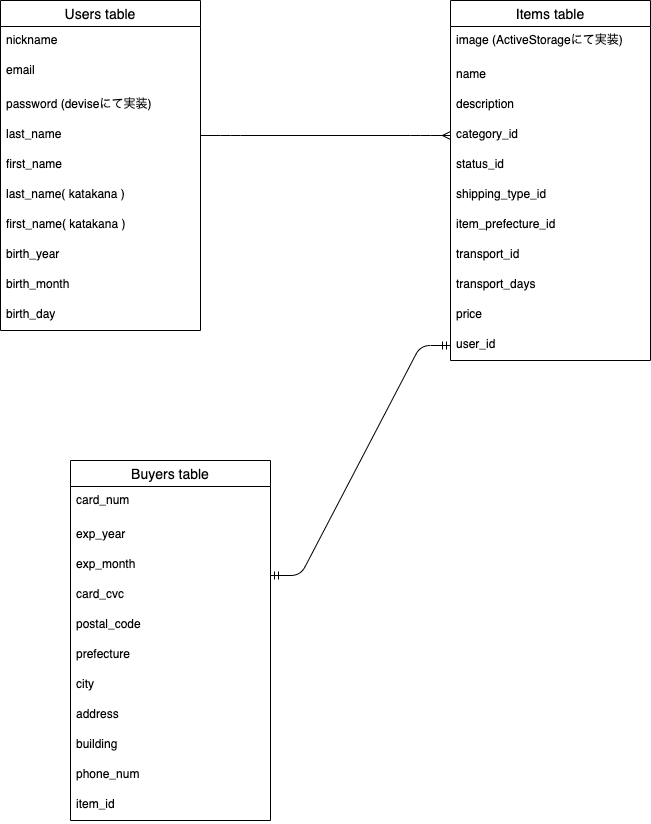
Danke1732/furima-31709 keeps this draw.io diagram as furima_er.drawio.png. Above is the earlier version. Source tidied: cells renumbered, new cells last; positions are measured from the earlier drawing's top-left corner, leaving out a move shared by most shapes. The source it was exported from:
```xml
<mxGraphModel>
  <root>
    <mxCell id="0" />
    <mxCell id="1" parent="0" />
    <mxCell id="2" value="Users table" style="swimlane;fontStyle=0;horizontal=1;startSize=26;align=center;fontSize=14;" parent="1" vertex="1">
      <mxGeometry width="200" height="330" as="geometry" />
    </mxCell>
    <mxCell id="3" value="nickname" style="text;strokeColor=none;fillColor=none;spacingLeft=4;spacingRight=4;overflow=hidden;fontSize=12;" parent="2" vertex="1">
      <mxGeometry y="26" width="200" height="30" as="geometry" />
    </mxCell>
    <mxCell id="4" value="email" style="text;strokeColor=none;fillColor=none;spacingLeft=4;spacingRight=4;overflow=hidden;fontSize=12;" parent="2" vertex="1">
      <mxGeometry y="56" width="200" height="34" as="geometry" />
    </mxCell>
    <mxCell id="5" value="password (deviseにて実装)" style="text;strokeColor=none;fillColor=none;spacingLeft=4;spacingRight=4;overflow=hidden;fontSize=12;" parent="2" vertex="1">
      <mxGeometry y="90" width="200" height="30" as="geometry" />
    </mxCell>
    <mxCell id="6" value="last_name" style="text;strokeColor=none;fillColor=none;spacingLeft=4;spacingRight=4;overflow=hidden;points=[[0,0.5],[1,0.5]];portConstraint=eastwest;fontSize=12;" parent="2" vertex="1">
      <mxGeometry y="120" width="200" height="30" as="geometry" />
    </mxCell>
    <mxCell id="7" value="first_name" style="text;strokeColor=none;fillColor=none;spacingLeft=4;spacingRight=4;overflow=hidden;fontSize=12;" parent="2" vertex="1">
      <mxGeometry y="150" width="200" height="30" as="geometry" />
    </mxCell>
    <mxCell id="8" value="last_name( katakana )" style="text;strokeColor=none;fillColor=none;spacingLeft=4;spacingRight=4;overflow=hidden;fontSize=12;" parent="2" vertex="1">
      <mxGeometry y="180" width="200" height="30" as="geometry" />
    </mxCell>
    <mxCell id="9" value="first_name( katakana )" style="text;strokeColor=none;fillColor=none;spacingLeft=4;spacingRight=4;overflow=hidden;fontSize=12;" parent="2" vertex="1">
      <mxGeometry y="210" width="200" height="30" as="geometry" />
    </mxCell>
    <mxCell id="10" value="birth_year" style="text;strokeColor=none;fillColor=none;spacingLeft=4;spacingRight=4;overflow=hidden;fontSize=12;" parent="2" vertex="1">
      <mxGeometry y="240" width="200" height="30" as="geometry" />
    </mxCell>
    <mxCell id="11" value="birth_month" style="text;strokeColor=none;fillColor=none;spacingLeft=4;spacingRight=4;overflow=hidden;fontSize=12;" parent="2" vertex="1">
      <mxGeometry y="270" width="200" height="30" as="geometry" />
    </mxCell>
    <mxCell id="12" value="birth_day" style="text;strokeColor=none;fillColor=none;spacingLeft=4;spacingRight=4;overflow=hidden;fontSize=12;" parent="2" vertex="1">
      <mxGeometry y="300" width="200" height="30" as="geometry" />
    </mxCell>
    <mxCell id="13" value="Items table" style="swimlane;fontStyle=0;horizontal=1;startSize=26;align=center;fontSize=14;" parent="1" vertex="1">
      <mxGeometry x="450" width="200" height="360" as="geometry" />
    </mxCell>
    <mxCell id="14" value="image (ActiveStorageにて実装)" style="text;strokeColor=none;fillColor=none;spacingLeft=4;spacingRight=4;overflow=hidden;fontSize=12;" parent="13" vertex="1">
      <mxGeometry y="26" width="200" height="34" as="geometry" />
    </mxCell>
    <mxCell id="15" value="name" style="text;strokeColor=none;fillColor=none;spacingLeft=4;spacingRight=4;overflow=hidden;fontSize=12;" parent="13" vertex="1">
      <mxGeometry y="60" width="200" height="30" as="geometry" />
    </mxCell>
    <mxCell id="16" value="description" style="text;strokeColor=none;fillColor=none;spacingLeft=4;spacingRight=4;overflow=hidden;fontSize=12;" parent="13" vertex="1">
      <mxGeometry y="90" width="200" height="30" as="geometry" />
    </mxCell>
    <mxCell id="17" value="category_id" style="text;strokeColor=none;fillColor=none;spacingLeft=4;spacingRight=4;overflow=hidden;fontSize=12;" parent="13" vertex="1">
      <mxGeometry y="120" width="200" height="30" as="geometry" />
    </mxCell>
    <mxCell id="18" value="status_id" style="text;strokeColor=none;fillColor=none;spacingLeft=4;spacingRight=4;overflow=hidden;fontSize=12;" parent="13" vertex="1">
      <mxGeometry y="150" width="200" height="30" as="geometry" />
    </mxCell>
    <mxCell id="19" value="shipping_type_id" style="text;strokeColor=none;fillColor=none;spacingLeft=4;spacingRight=4;overflow=hidden;fontSize=12;" parent="13" vertex="1">
      <mxGeometry y="180" width="200" height="30" as="geometry" />
    </mxCell>
    <mxCell id="20" value="item_prefecture_id" style="text;strokeColor=none;fillColor=none;spacingLeft=4;spacingRight=4;overflow=hidden;fontSize=12;" parent="13" vertex="1">
      <mxGeometry y="210" width="200" height="30" as="geometry" />
    </mxCell>
    <mxCell id="21" value="transport_id" style="text;strokeColor=none;fillColor=none;spacingLeft=4;spacingRight=4;overflow=hidden;fontSize=12;" parent="13" vertex="1">
      <mxGeometry y="240" width="200" height="30" as="geometry" />
    </mxCell>
    <mxCell id="22" value="transport_days" style="text;strokeColor=none;fillColor=none;spacingLeft=4;spacingRight=4;overflow=hidden;fontSize=12;" parent="13" vertex="1">
      <mxGeometry y="270" width="200" height="30" as="geometry" />
    </mxCell>
    <mxCell id="23" value="price" style="text;strokeColor=none;fillColor=none;spacingLeft=4;spacingRight=4;overflow=hidden;fontSize=12;" parent="13" vertex="1">
      <mxGeometry y="300" width="200" height="30" as="geometry" />
    </mxCell>
    <mxCell id="24" value="user_id" style="text;strokeColor=none;fillColor=none;spacingLeft=4;spacingRight=4;overflow=hidden;points=[[0,0.5],[1,0.5]];portConstraint=eastwest;fontSize=12;" parent="13" vertex="1">
      <mxGeometry y="330" width="200" height="30" as="geometry" />
    </mxCell>
    <mxCell id="25" style="edgeStyle=entityRelationEdgeStyle;fontSize=12;html=1;endArrow=ERmany;exitX=1;exitY=0.5;exitDx=0;exitDy=0;" parent="1" edge="1" source="6">
      <mxGeometry relative="1" as="geometry">
        <mxPoint x="450" y="135" as="targetPoint" />
      </mxGeometry>
    </mxCell>
    <mxCell id="26" value="Buyers table" style="swimlane;fontStyle=0;horizontal=1;startSize=26;align=center;fontSize=14;" parent="1" vertex="1">
      <mxGeometry x="70" y="460" width="200" height="360" as="geometry" />
    </mxCell>
    <mxCell id="27" value="card_num" style="text;strokeColor=none;fillColor=none;spacingLeft=4;spacingRight=4;overflow=hidden;fontSize=12;" parent="26" vertex="1">
      <mxGeometry y="26" width="200" height="34" as="geometry" />
    </mxCell>
    <mxCell id="28" value="exp_year" style="text;strokeColor=none;fillColor=none;spacingLeft=4;spacingRight=4;overflow=hidden;fontSize=12;" parent="26" vertex="1">
      <mxGeometry y="60" width="200" height="30" as="geometry" />
    </mxCell>
    <mxCell id="29" value="exp_month" style="text;strokeColor=none;fillColor=none;spacingLeft=4;spacingRight=4;overflow=hidden;fontSize=12;" parent="26" vertex="1">
      <mxGeometry y="90" width="200" height="30" as="geometry" />
    </mxCell>
    <mxCell id="30" value="card_cvc" style="text;strokeColor=none;fillColor=none;spacingLeft=4;spacingRight=4;overflow=hidden;fontSize=12;" parent="26" vertex="1">
      <mxGeometry y="120" width="200" height="30" as="geometry" />
    </mxCell>
    <mxCell id="31" value="postal_code" style="text;strokeColor=none;fillColor=none;spacingLeft=4;spacingRight=4;overflow=hidden;fontSize=12;" parent="26" vertex="1">
      <mxGeometry y="150" width="200" height="30" as="geometry" />
    </mxCell>
    <mxCell id="32" value="prefecture" style="text;strokeColor=none;fillColor=none;spacingLeft=4;spacingRight=4;overflow=hidden;points=[[0,0.5],[1,0.5]];portConstraint=eastwest;fontSize=12;" parent="26" vertex="1">
      <mxGeometry y="180" width="200" height="30" as="geometry" />
    </mxCell>
    <mxCell id="33" value="city" style="text;strokeColor=none;fillColor=none;spacingLeft=4;spacingRight=4;overflow=hidden;fontSize=12;" parent="26" vertex="1">
      <mxGeometry y="210" width="200" height="30" as="geometry" />
    </mxCell>
    <mxCell id="34" value="address" style="text;strokeColor=none;fillColor=none;spacingLeft=4;spacingRight=4;overflow=hidden;fontSize=12;" parent="26" vertex="1">
      <mxGeometry y="240" width="200" height="30" as="geometry" />
    </mxCell>
    <mxCell id="35" value="building" style="text;strokeColor=none;fillColor=none;spacingLeft=4;spacingRight=4;overflow=hidden;fontSize=12;" parent="26" vertex="1">
      <mxGeometry y="270" width="200" height="30" as="geometry" />
    </mxCell>
    <mxCell id="36" value="phone_num" style="text;strokeColor=none;fillColor=none;spacingLeft=4;spacingRight=4;overflow=hidden;fontSize=12;" parent="26" vertex="1">
      <mxGeometry y="300" width="200" height="30" as="geometry" />
    </mxCell>
    <mxCell id="37" value="item_id" style="text;strokeColor=none;fillColor=none;spacingLeft=4;spacingRight=4;overflow=hidden;fontSize=12;" parent="26" vertex="1">
      <mxGeometry y="330" width="200" height="30" as="geometry" />
    </mxCell>
    <mxCell id="38" style="edgeStyle=entityRelationEdgeStyle;fontSize=12;html=1;endArrow=ERmandOne;startArrow=ERmandOne;entryX=0;entryY=0.5;entryDx=0;entryDy=0;" parent="1" edge="1" target="24">
      <mxGeometry relative="1" as="geometry">
        <mxPoint x="270" y="575" as="sourcePoint" />
      </mxGeometry>
    </mxCell>
  </root>
</mxGraphModel>
```
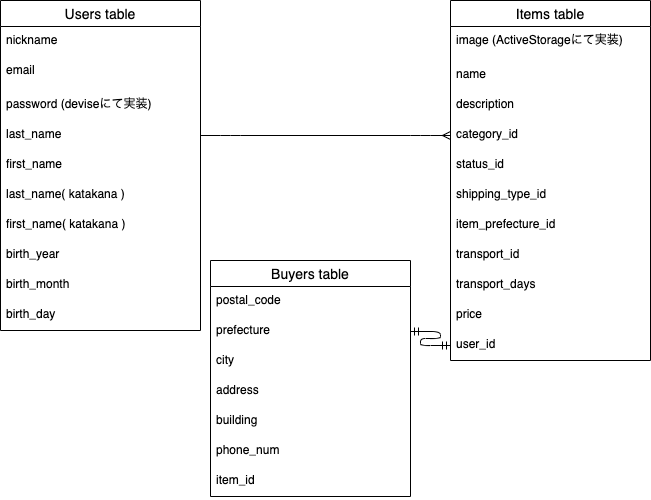
The same file after the commit.

Commit message:
クレジットカード情報の削除

Change to the diagram source:
```diff
@@ -76,46 +76,32 @@
         <mxPoint x="450" y="135" as="targetPoint" />
       </mxGeometry>
     </mxCell>
+    <mxCell id="38" style="edgeStyle=entityRelationEdgeStyle;fontSize=12;html=1;endArrow=ERmandOne;startArrow=ERmandOne;entryX=0;entryY=0.5;entryDx=0;entryDy=0;exitX=1;exitY=0.5;exitDx=0;exitDy=0;" parent="1" edge="1" source="32" target="24">
+      <mxGeometry relative="1" as="geometry" />
+    </mxCell>
     <mxCell id="26" value="Buyers table" style="swimlane;fontStyle=0;horizontal=1;startSize=26;align=center;fontSize=14;" parent="1" vertex="1">
-      <mxGeometry x="70" y="460" width="200" height="360" as="geometry" />
+      <mxGeometry x="210" y="260" width="200" height="236" as="geometry" />
     </mxCell>
-    <mxCell id="27" value="card_num" style="text;strokeColor=none;fillColor=none;spacingLeft=4;spacingRight=4;overflow=hidden;fontSize=12;" parent="26" vertex="1">
-      <mxGeometry y="26" width="200" height="34" as="geometry" />
-    </mxCell>
-    <mxCell id="28" value="exp_year" style="text;strokeColor=none;fillColor=none;spacingLeft=4;spacingRight=4;overflow=hidden;fontSize=12;" parent="26" vertex="1">
-      <mxGeometry y="60" width="200" height="30" as="geometry" />
-    </mxCell>
-    <mxCell id="29" value="exp_month" style="text;strokeColor=none;fillColor=none;spacingLeft=4;spacingRight=4;overflow=hidden;fontSize=12;" parent="26" vertex="1">
-      <mxGeometry y="90" width="200" height="30" as="geometry" />
-    </mxCell>
-    <mxCell id="30" value="card_cvc" style="text;strokeColor=none;fillColor=none;spacingLeft=4;spacingRight=4;overflow=hidden;fontSize=12;" parent="26" vertex="1">
-      <mxGeometry y="120" width="200" height="30" as="geometry" />
-    </mxCell>
     <mxCell id="31" value="postal_code" style="text;strokeColor=none;fillColor=none;spacingLeft=4;spacingRight=4;overflow=hidden;fontSize=12;" parent="26" vertex="1">
-      <mxGeometry y="150" width="200" height="30" as="geometry" />
+      <mxGeometry y="26" width="200" height="30" as="geometry" />
     </mxCell>
     <mxCell id="32" value="prefecture" style="text;strokeColor=none;fillColor=none;spacingLeft=4;spacingRight=4;overflow=hidden;points=[[0,0.5],[1,0.5]];portConstraint=eastwest;fontSize=12;" parent="26" vertex="1">
-      <mxGeometry y="180" width="200" height="30" as="geometry" />
+      <mxGeometry y="56" width="200" height="30" as="geometry" />
     </mxCell>
     <mxCell id="33" value="city" style="text;strokeColor=none;fillColor=none;spacingLeft=4;spacingRight=4;overflow=hidden;fontSize=12;" parent="26" vertex="1">
-      <mxGeometry y="210" width="200" height="30" as="geometry" />
+      <mxGeometry y="86" width="200" height="30" as="geometry" />
     </mxCell>
     <mxCell id="34" value="address" style="text;strokeColor=none;fillColor=none;spacingLeft=4;spacingRight=4;overflow=hidden;fontSize=12;" parent="26" vertex="1">
-      <mxGeometry y="240" width="200" height="30" as="geometry" />
+      <mxGeometry y="116" width="200" height="30" as="geometry" />
     </mxCell>
     <mxCell id="35" value="building" style="text;strokeColor=none;fillColor=none;spacingLeft=4;spacingRight=4;overflow=hidden;fontSize=12;" parent="26" vertex="1">
-      <mxGeometry y="270" width="200" height="30" as="geometry" />
+      <mxGeometry y="146" width="200" height="30" as="geometry" />
     </mxCell>
     <mxCell id="36" value="phone_num" style="text;strokeColor=none;fillColor=none;spacingLeft=4;spacingRight=4;overflow=hidden;fontSize=12;" parent="26" vertex="1">
-      <mxGeometry y="300" width="200" height="30" as="geometry" />
+      <mxGeometry y="176" width="200" height="30" as="geometry" />
     </mxCell>
     <mxCell id="37" value="item_id" style="text;strokeColor=none;fillColor=none;spacingLeft=4;spacingRight=4;overflow=hidden;fontSize=12;" parent="26" vertex="1">
-      <mxGeometry y="330" width="200" height="30" as="geometry" />
+      <mxGeometry y="206" width="200" height="30" as="geometry" />
     </mxCell>
-    <mxCell id="38" style="edgeStyle=entityRelationEdgeStyle;fontSize=12;html=1;endArrow=ERmandOne;startArrow=ERmandOne;entryX=0;entryY=0.5;entryDx=0;entryDy=0;" parent="1" edge="1" target="24">
-      <mxGeometry relative="1" as="geometry">
-        <mxPoint x="270" y="575" as="sourcePoint" />
-      </mxGeometry>
-    </mxCell>
   </root>
 </mxGraphModel>
```
